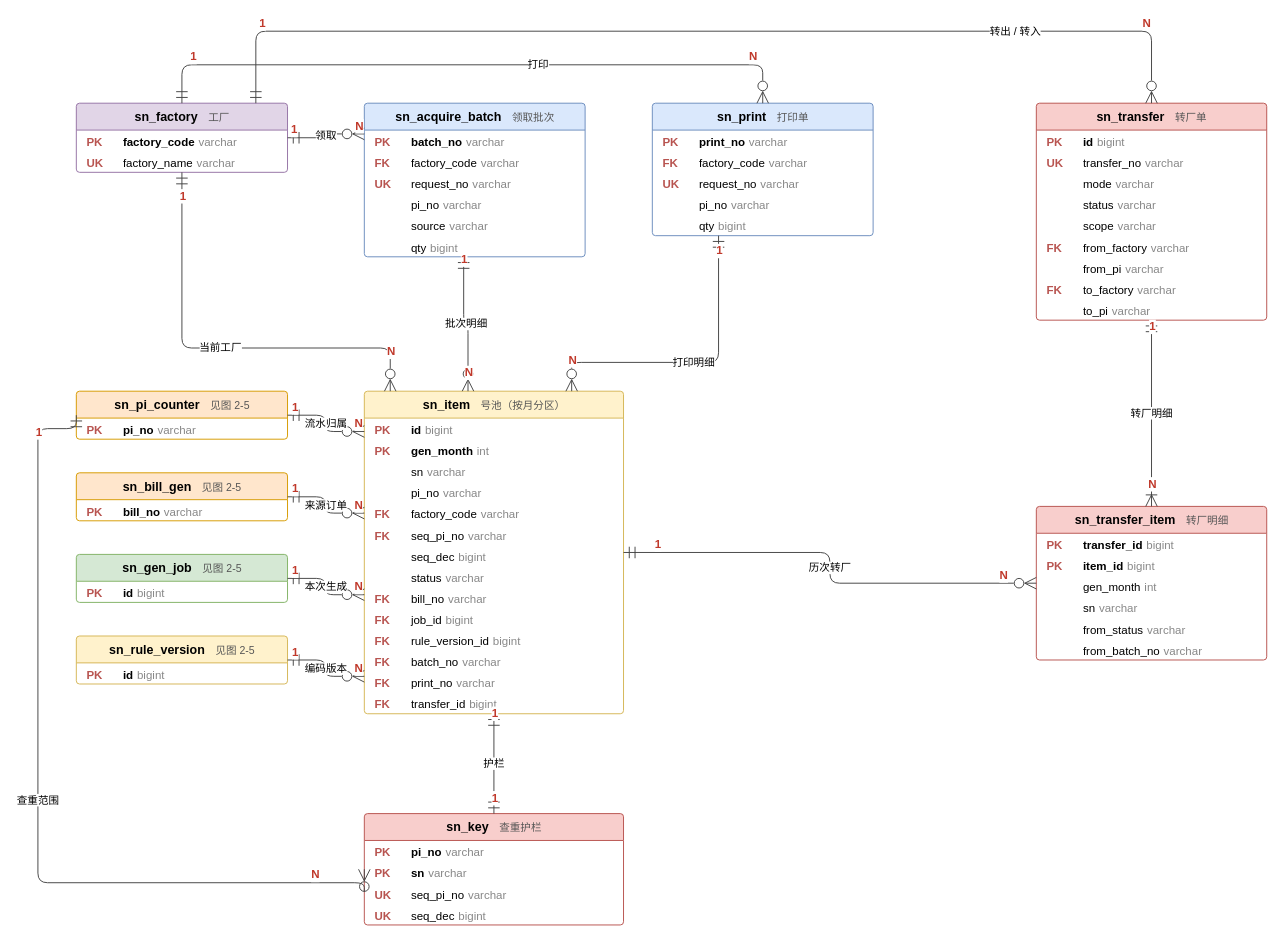
This is docs/images/系统技术方案/fig2-6-er-item.drawio from Createsnow/sn-center, a draw.io file, before an edit. Source tidied: cells renumbered, new cells numbered last; positions are measured from the earlier drawing's top-left corner, leaving out a move shared by most shapes. Both pictures are drawn from the tidied source at 96%, with x=0, y=0 at pixel (37, 31).
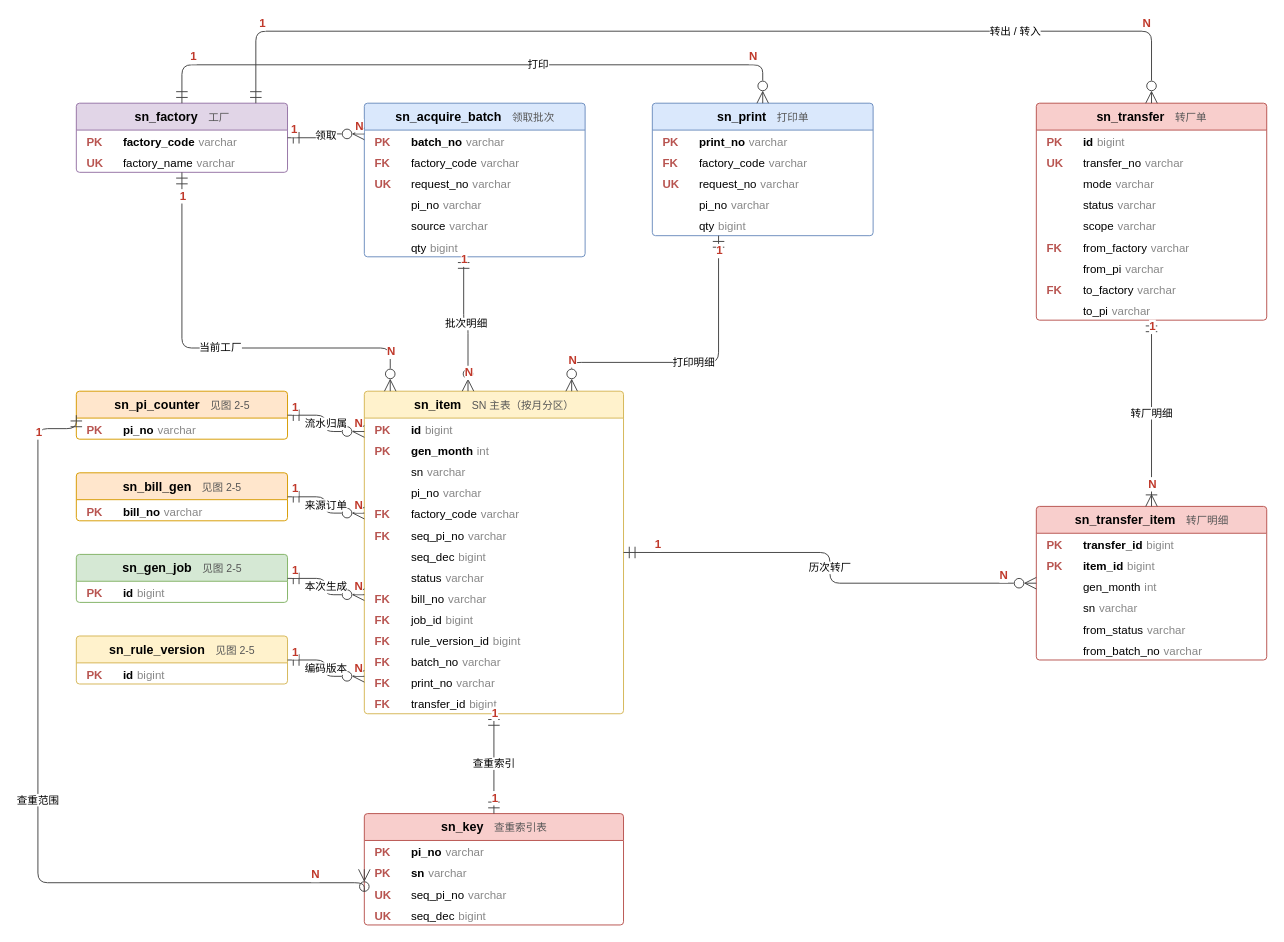
After the change.

Diff of the diagram source:
```diff
@@
-    <mxCell id="28" value="&lt;b&gt;sn_item&lt;/b&gt;&lt;font color=&quot;#555555&quot; style=&quot;font-size:11px&quot;&gt;　号池（按月分区）&lt;/font&gt;" style="swimlane;fontStyle=0;horizontal=1;startSize=28;html=1;fillColor=#fff2cc;strokeColor=#d6b656;swimlaneFillColor=#ffffff;rounded=1;arcSize=4;fontSize=13;fontFamily=Microsoft YaHei,PingFang SC,Helvetica,Arial,WenQuanYi Zen Hei,sans-serif;" parent="1" vertex="1">
+    <mxCell id="28" value="&lt;b&gt;sn_item&lt;/b&gt;&lt;font color=&quot;#555555&quot; style=&quot;font-size:11px&quot;&gt;　SN 主表（按月分区）&lt;/font&gt;" style="swimlane;fontStyle=0;horizontal=1;startSize=28;html=1;fillColor=#fff2cc;strokeColor=#d6b656;swimlaneFillColor=#ffffff;rounded=1;arcSize=4;fontSize=13;fontFamily=Microsoft YaHei,PingFang SC,Helvetica,Arial,WenQuanYi Zen Hei,sans-serif;" parent="1" vertex="1">
       <mxGeometry x="340" y="375" width="270" height="336" as="geometry" />
     </mxCell>
@@
-    <mxCell id="51" value="&lt;b&gt;sn_key&lt;/b&gt;&lt;font color=&quot;#555555&quot; style=&quot;font-size:11px&quot;&gt;　查重护栏&lt;/font&gt;" style="swimlane;fontStyle=0;horizontal=1;startSize=28;html=1;fillColor=#f8cecc;strokeColor=#b85450;swimlaneFillColor=#ffffff;rounded=1;arcSize=4;fontSize=13;fontFamily=Microsoft YaHei,PingFang SC,Helvetica,Arial,WenQuanYi Zen Hei,sans-serif;" parent="1" vertex="1">
+    <mxCell id="51" value="&lt;b&gt;sn_key&lt;/b&gt;&lt;font color=&quot;#555555&quot; style=&quot;font-size:11px&quot;&gt;　查重索引表&lt;/font&gt;" style="swimlane;fontStyle=0;horizontal=1;startSize=28;html=1;fillColor=#f8cecc;strokeColor=#b85450;swimlaneFillColor=#ffffff;rounded=1;arcSize=4;fontSize=13;fontFamily=Microsoft YaHei,PingFang SC,Helvetica,Arial,WenQuanYi Zen Hei,sans-serif;" parent="1" vertex="1">
       <mxGeometry x="340" y="815" width="270" height="116" as="geometry" />
     </mxCell>
@@
-    <mxCell id="93" value="护栏" style="edgeStyle=orthogonalEdgeStyle;rounded=1;html=1;strokeColor=#444444;fontSize=11;labelBackgroundColor=#ffffff;fontFamily=Microsoft YaHei,PingFang SC,Helvetica,Arial,WenQuanYi Zen Hei,sans-serif;exitX=0.5;exitY=1;exitDx=0;exitDy=0;entryX=0.5;entryY=0;entryDx=0;entryDy=0;startArrow=ERmandOne;endArrow=ERmandOne;startFill=0;endFill=0;startSize=10;endSize=10;" parent="1" edge="1" source="28" target="51">
+    <mxCell id="93" value="查重索引" style="edgeStyle=orthogonalEdgeStyle;rounded=1;html=1;strokeColor=#444444;fontSize=11;labelBackgroundColor=#ffffff;fontFamily=Microsoft YaHei,PingFang SC,Helvetica,Arial,WenQuanYi Zen Hei,sans-serif;exitX=0.5;exitY=1;exitDx=0;exitDy=0;entryX=0.5;entryY=0;entryDx=0;entryDy=0;startArrow=ERmandOne;endArrow=ERmandOne;startFill=0;endFill=0;startSize=10;endSize=10;" parent="1" edge="1" source="28" target="51">
       <mxGeometry relative="1" as="geometry" />
     </mxCell>
```
